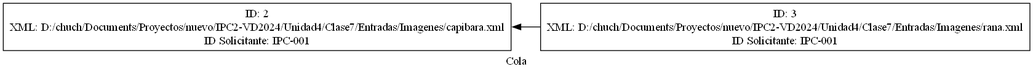
Earlier version of the Graphviz export reportes/cola.png (chuchoalm/IPC2_ProyectoVD2024_202200239). Its source is kept beside it as reportesdot/cola.dot. Its diagram source:
```dot
digraph G {
    rankdir="RL";
    label="Cola";
    node[shape=box];
    nodo0[label="ID: 3\nXML: D:/chuch/Documents/Proyectos/nuevo/IPC2-VD2024/Unidad4/Clase7/Entradas/Imagenes/rana.xml\nID Solicitante: IPC-001"];
nodo1[label="ID: 2\nXML: D:/chuch/Documents/Proyectos/nuevo/IPC2-VD2024/Unidad4/Clase7/Entradas/Imagenes/capibara.xml\nID Solicitante: IPC-001"];
nodo0 -> nodo1;
}
```
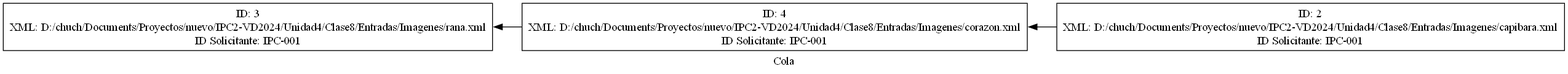
Above is the later version.

The edit, as a diff of the source:
```diff
@@ -2,7 +2,9 @@
     rankdir="RL";
     label="Cola";
     node[shape=box];
-    nodo0[label="ID: 3\nXML: D:/chuch/Documents/Proyectos/nuevo/IPC2-VD2024/Unidad4/Clase7/Entradas/Imagenes/rana.xml\nID Solicitante: IPC-001"];
-nodo1[label="ID: 2\nXML: D:/chuch/Documents/Proyectos/nuevo/IPC2-VD2024/Unidad4/Clase7/Entradas/Imagenes/capibara.xml\nID Solicitante: IPC-001"];
+    nodo0[label="ID: 2\nXML: D:/chuch/Documents/Proyectos/nuevo/IPC2-VD2024/Unidad4/Clase8/Entradas/Imagenes/capibara.xml\nID Solicitante: IPC-001"];
+nodo1[label="ID: 4\nXML: D:/chuch/Documents/Proyectos/nuevo/IPC2-VD2024/Unidad4/Clase8/Entradas/Imagenes/corazon.xml\nID Solicitante: IPC-001"];
+nodo2[label="ID: 3\nXML: D:/chuch/Documents/Proyectos/nuevo/IPC2-VD2024/Unidad4/Clase8/Entradas/Imagenes/rana.xml\nID Solicitante: IPC-001"];
 nodo0 -> nodo1;
+nodo1 -> nodo2;
 }
```
